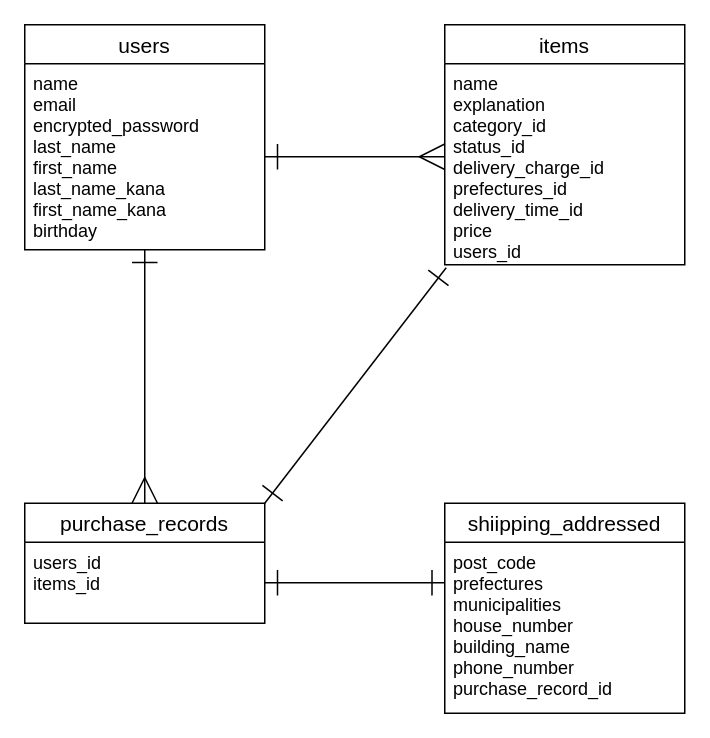
Earlier version of the draw.io diagram furima-38907.dio (ookubozin/furima-38907). Source tidied: cells renumbered, new cells numbered last; positions are measured from the earlier drawing's top-left corner, leaving out a move shared by most shapes. Both pictures are drawn from the tidied source at 150%, with x=0, y=0 at pixel (24, 24).
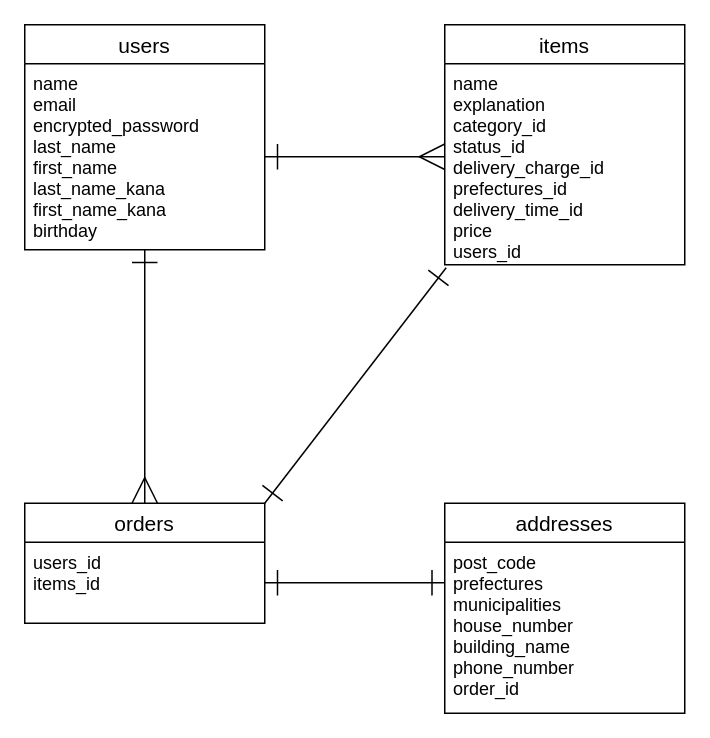
The same diagram, later.

Commit message:
er図の微修正

Change to the diagram source:
```diff
@@
 <mxGraphModel>
   <root>
     <mxCell id="0" />
     <mxCell id="1" parent="0" />
     <mxCell id="2" value="users" style="swimlane;fontStyle=0;horizontal=1;startSize=26;align=center;fontSize=14;" parent="1" vertex="1">
       <mxGeometry width="160" height="150" as="geometry" />
     </mxCell>
     <mxCell id="3" value="name&#10;email&#10;encrypted_password&#10;last_name&#10;first_name&#10;last_name_kana&#10;first_name_kana&#10;birthday" style="text;strokeColor=none;fillColor=none;spacingLeft=4;spacingRight=4;overflow=hidden;points=[[0,0.5],[1,0.5]];portConstraint=eastwest;fontSize=12;" parent="2" vertex="1">
       <mxGeometry y="26" width="160" height="124" as="geometry" />
     </mxCell>
     <mxCell id="4" value="items" style="swimlane;fontStyle=0;horizontal=1;startSize=26;align=center;fontSize=14;" parent="1" vertex="1">
       <mxGeometry x="280" width="160" height="160" as="geometry" />
     </mxCell>
     <mxCell id="5" value="name&#10;explanation&#10;category_id&#10;status_id&#10;delivery_charge_id&#10;prefectures_id&#10;delivery_time_id&#10;price&#10;users_id" style="text;strokeColor=none;fillColor=none;spacingLeft=4;spacingRight=4;overflow=hidden;points=[[0,0.5],[1,0.5]];portConstraint=eastwest;fontSize=12;" parent="4" vertex="1">
       <mxGeometry y="26" width="160" height="134" as="geometry" />
     </mxCell>
-    <mxCell id="6" value="purchase_records" style="swimlane;fontStyle=0;horizontal=1;startSize=26;align=center;fontSize=14;" parent="1" vertex="1">
+    <mxCell id="6" value="orders" style="swimlane;fontStyle=0;horizontal=1;startSize=26;align=center;fontSize=14;" parent="1" vertex="1">
       <mxGeometry y="319" width="160" height="80" as="geometry" />
     </mxCell>
     <mxCell id="7" value="users_id&#10;items_id" style="text;strokeColor=none;fillColor=none;spacingLeft=4;spacingRight=4;overflow=hidden;points=[[0,0.5],[1,0.5]];portConstraint=eastwest;fontSize=12;" parent="6" vertex="1">
       <mxGeometry y="26" width="160" height="54" as="geometry" />
     </mxCell>
-    <mxCell id="8" value="shiipping_addressed" style="swimlane;fontStyle=0;horizontal=1;startSize=26;align=center;fontSize=14;" parent="1" vertex="1">
+    <mxCell id="8" value="addresses" style="swimlane;fontStyle=0;horizontal=1;startSize=26;align=center;fontSize=14;" parent="1" vertex="1">
       <mxGeometry x="280" y="319" width="160" height="140" as="geometry" />
     </mxCell>
-    <mxCell id="9" value="post_code&#10;prefectures&#10;municipalities&#10;house_number&#10;building_name&#10;phone_number&#10;purchase_record_id" style="text;strokeColor=none;fillColor=none;spacingLeft=4;spacingRight=4;overflow=hidden;points=[[0,0.5],[1,0.5]];portConstraint=eastwest;fontSize=12;" parent="8" vertex="1">
+    <mxCell id="9" value="post_code&#10;prefectures&#10;municipalities&#10;house_number&#10;building_name&#10;phone_number&#10;order_id" style="text;strokeColor=none;fillColor=none;spacingLeft=4;spacingRight=4;overflow=hidden;points=[[0,0.5],[1,0.5]];portConstraint=eastwest;fontSize=12;" parent="8" vertex="1">
       <mxGeometry y="26" width="160" height="114" as="geometry" />
     </mxCell>
     <mxCell id="10" style="edgeStyle=none;html=1;entryX=0.5;entryY=0;entryDx=0;entryDy=0;startArrow=ERone;startFill=0;endArrow=ERmany;endFill=0;strokeWidth=1;targetPerimeterSpacing=0;strokeColor=default;endSize=15;startSize=15;" parent="1" edge="1" source="3" target="6">
       <mxGeometry relative="1" as="geometry" />
     </mxCell>
     <mxCell id="11" style="edgeStyle=none;html=1;strokeColor=default;strokeWidth=1;startArrow=ERone;startFill=0;endArrow=ERmany;endFill=0;startSize=15;endSize=15;targetPerimeterSpacing=0;" parent="1" edge="1" source="3">
       <mxGeometry relative="1" as="geometry">
         <mxPoint x="280" y="88" as="targetPoint" />
         <Array as="points">
           <mxPoint x="280" y="88" />
         </Array>
       </mxGeometry>
     </mxCell>
     <mxCell id="12" style="edgeStyle=none;html=1;strokeColor=default;strokeWidth=1;startArrow=ERone;startFill=0;endArrow=ERone;endFill=0;startSize=15;endSize=15;targetPerimeterSpacing=0;exitX=0.006;exitY=1.015;exitDx=0;exitDy=0;exitPerimeter=0;" parent="1" edge="1" source="5">
       <mxGeometry relative="1" as="geometry">
         <mxPoint x="160" y="319" as="targetPoint" />
       </mxGeometry>
     </mxCell>
     <mxCell id="13" style="edgeStyle=none;html=1;entryX=0;entryY=0.237;entryDx=0;entryDy=0;entryPerimeter=0;strokeColor=default;strokeWidth=1;startArrow=ERone;startFill=0;endArrow=ERone;endFill=0;startSize=15;endSize=15;targetPerimeterSpacing=0;" parent="1" edge="1" source="7" target="9">
       <mxGeometry relative="1" as="geometry">
         <Array as="points">
           <mxPoint x="270" y="372" />
         </Array>
       </mxGeometry>
     </mxCell>
   </root>
 </mxGraphModel>
```
